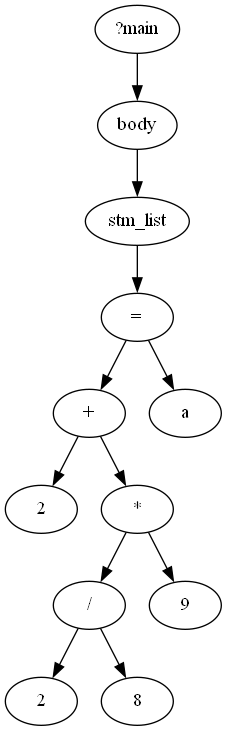
Above: printer/images/AST.gv.png in KianBankeLarsen/Compiler (Graphviz), before the change. Its source is kept beside it as printer/images/AST.gv.
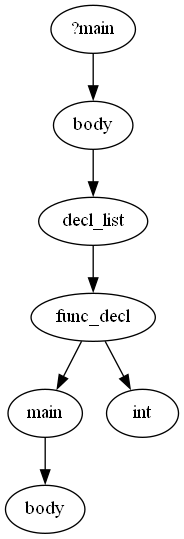
The same diagram one commit later.

Diff of the diagram source:
```diff
@@ -1,25 +1,15 @@
 digraph AST {
 	0 [label="?main"]
 	1 [label=body]
-	2 [label=stm_list]
-	3 [label=2]
-	4 [label=2]
-	5 [label=8]
-	6 [label="/"]
-	6 -> 4
-	6 -> 5
-	7 [label=9]
-	8 [label="*"]
-	8 -> 6
-	8 -> 7
-	9 [label="+"]
-	9 -> 3
-	9 -> 8
-	10 [label="="]
-	11 [label=a]
-	10 -> 11
-	10 -> 9
-	2 -> 10
-	1 -> 2
+	2 [label=func_decl]
+	3 [label=main]
+	4 [label=body]
+	3 -> 4
+	5 [label=int]
+	2 -> 3
+	2 -> 5
+	6 [label=decl_list]
+	6 -> 2
+	1 -> 6
 	0 -> 1
 }
```
